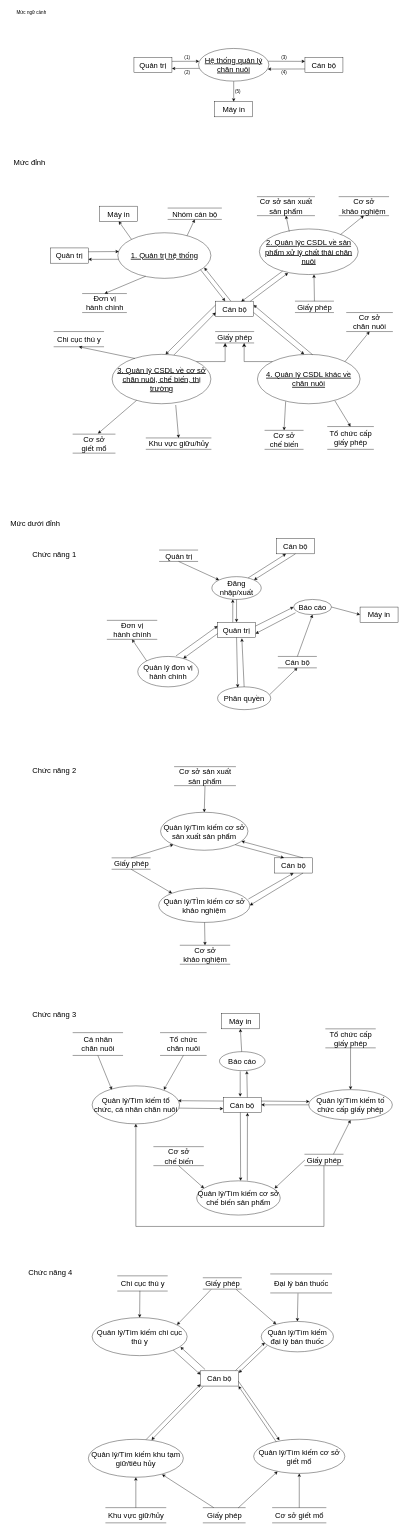
This is Data Flow Diagram.drawio from ngkhnghia/ktpmud, a draw.io file, before an edit. Source tidied: cells renumbered, new cells numbered last; positions are measured from the earlier drawing's top-left corner, leaving out a move shared by most shapes. Both pictures are drawn from the tidied source at 38%, with x=0, y=0 at pixel (6, 6).
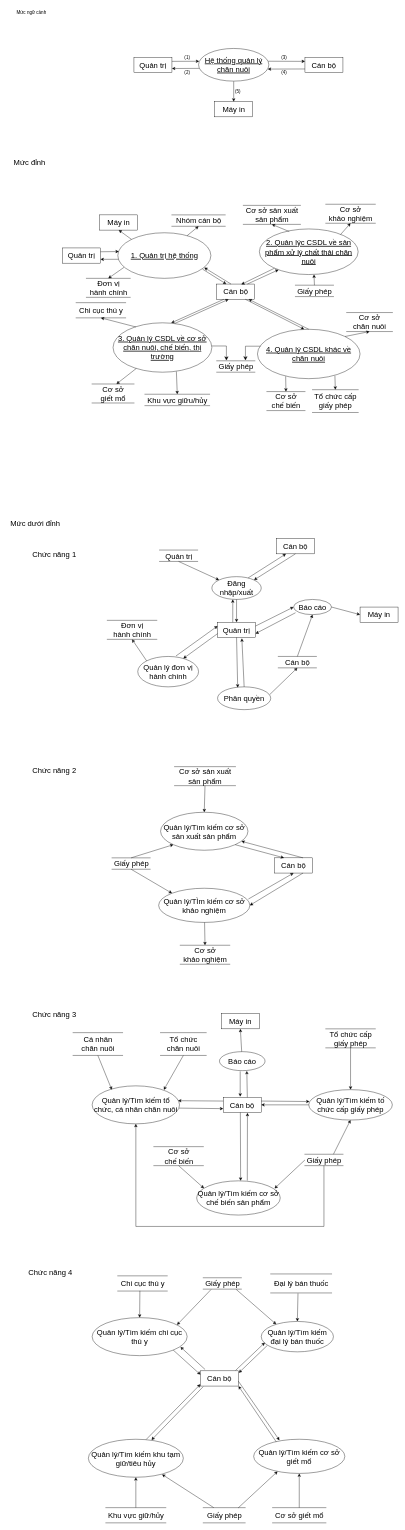
The same page after the edit.

Unchanged cells that the change refers to:
```xml
<mxCell id="14" value="2. Quản lýc CSDL về sản phẩm xử lý chất thải chăn nuôi" style="ellipse;whiteSpace=wrap;html=1;align=center;fontStyle=4;fontSize=20;" parent="1" vertex="1">
  <mxGeometry x="665" y="585" width="260" height="120" as="geometry" />
</mxCell>
<mxCell id="15" value="1. Quản trị hệ thống" style="ellipse;whiteSpace=wrap;html=1;align=center;fontStyle=4;fontSize=20;" parent="1" vertex="1">
  <mxGeometry x="292.5" y="595" width="245" height="120" as="geometry" />
</mxCell>
```

Change to the diagram source:
```diff
@@
     <mxCell id="13" value="4. Quản lý CSDL khác về chăn nuôi" style="ellipse;whiteSpace=wrap;html=1;align=center;fontStyle=4;fontSize=20;" parent="1" vertex="1">
-      <mxGeometry x="660" y="915" width="270" height="130" as="geometry" />
+      <mxGeometry x="660" y="849" width="270" height="130" as="geometry" />
     </mxCell>
@@
     <mxCell id="16" value="3. Quản lý CSDL về cơ sở chăn nuôi, chế biến, thị trường" style="ellipse;whiteSpace=wrap;html=1;align=center;fontStyle=4;fontSize=20;" parent="1" vertex="1">
-      <mxGeometry x="277.5" y="915" width="260" height="130" as="geometry" />
+      <mxGeometry x="280" y="832" width="260" height="130" as="geometry" />
     </mxCell>
     <mxCell id="17" value="Quản trị" style="whiteSpace=wrap;html=1;align=center;fontSize=20;" parent="1" vertex="1">
-      <mxGeometry x="115" y="635" width="100" height="40" as="geometry" />
+      <mxGeometry x="147" y="635" width="100" height="40" as="geometry" />
     </mxCell>
     <mxCell id="18" value="Cán bộ" style="whiteSpace=wrap;html=1;align=center;fontSize=20;" parent="1" vertex="1">
-      <mxGeometry x="550" y="775" width="100" height="40" as="geometry" />
+      <mxGeometry x="553" y="730" width="100" height="40" as="geometry" />
     </mxCell>
     <mxCell id="19" value="Máy in" style="whiteSpace=wrap;html=1;align=center;fontSize=20;" parent="1" vertex="1">
-      <mxGeometry x="245" y="525" width="100" height="40" as="geometry" />
+      <mxGeometry x="245" y="548" width="100" height="40" as="geometry" />
     </mxCell>
     <mxCell id="20" value="Đơn vị&lt;br&gt;hành chính" style="html=1;dashed=0;whitespace=wrap;shape=partialRectangle;right=0;left=0;fontSize=20;" parent="1" vertex="1">
-      <mxGeometry x="200" y="755" width="115" height="50" as="geometry" />
+      <mxGeometry x="210" y="715" width="115" height="50" as="geometry" />
     </mxCell>
     <mxCell id="21" value="Nhóm cán bộ" style="html=1;dashed=0;whitespace=wrap;shape=partialRectangle;right=0;left=0;fontSize=20;" parent="1" vertex="1">
-      <mxGeometry x="425" y="530" width="140" height="30" as="geometry" />
+      <mxGeometry x="435" y="548" width="140" height="30" as="geometry" />
     </mxCell>
     <mxCell id="22" value="Cơ sở sản xuất &lt;br&gt;sản phẩm" style="html=1;dashed=0;whitespace=wrap;shape=partialRectangle;right=0;left=0;fontSize=20;" parent="1" vertex="1">
-      <mxGeometry x="660" y="500" width="150" height="50" as="geometry" />
+      <mxGeometry x="623" y="523" width="150" height="50" as="geometry" />
     </mxCell>
     <mxCell id="23" value="Cơ sở&lt;br&gt;khảo nghiệm" style="html=1;dashed=0;whitespace=wrap;shape=partialRectangle;right=0;left=0;fontSize=20;" parent="1" vertex="1">
-      <mxGeometry x="875" y="500" width="130" height="50" as="geometry" />
+      <mxGeometry x="840" y="520" width="130" height="50" as="geometry" />
     </mxCell>
     <mxCell id="24" value="Giấy phép" style="html=1;dashed=0;whitespace=wrap;shape=partialRectangle;right=0;left=0;fontSize=20;" parent="1" vertex="1">
-      <mxGeometry x="550" y="855" width="100" height="30" as="geometry" />
+      <mxGeometry x="553" y="932" width="100" height="30" as="geometry" />
     </mxCell>
     <mxCell id="25" value="Cơ sở&lt;br&gt;chế biến" style="html=1;dashed=0;whitespace=wrap;shape=partialRectangle;right=0;left=0;fontSize=20;" parent="1" vertex="1">
-      <mxGeometry x="680" y="1115" width="100" height="50" as="geometry" />
+      <mxGeometry x="685" y="1013" width="100" height="50" as="geometry" />
     </mxCell>
     <mxCell id="26" value="Tổ chức cấp&lt;br&gt;giấy phép" style="html=1;dashed=0;whitespace=wrap;shape=partialRectangle;right=0;left=0;fontSize=20;" parent="1" vertex="1">
-      <mxGeometry x="845" y="1105" width="120" height="60" as="geometry" />
+      <mxGeometry x="805" y="1008" width="120" height="60" as="geometry" />
     </mxCell>
@@
     <mxCell id="28" value="Cơ sở&lt;br&gt;giết mổ" style="html=1;dashed=0;whitespace=wrap;shape=partialRectangle;right=0;left=0;fontSize=20;" parent="1" vertex="1">
-      <mxGeometry x="175" y="1125" width="110" height="50" as="geometry" />
+      <mxGeometry x="225" y="993" width="110" height="50" as="geometry" />
     </mxCell>
     <mxCell id="29" value="Chi cục thú y" style="html=1;dashed=0;whitespace=wrap;shape=partialRectangle;right=0;left=0;fontSize=20;" parent="1" vertex="1">
-      <mxGeometry x="125" y="855" width="130" height="40" as="geometry" />
+      <mxGeometry x="183" y="779" width="130" height="40" as="geometry" />
     </mxCell>
     <mxCell id="30" value="Khu vực giữu/hủy" style="html=1;dashed=0;whitespace=wrap;shape=partialRectangle;right=0;left=0;fontSize=20;" parent="1" vertex="1">
-      <mxGeometry x="367.5" y="1135" width="170" height="30" as="geometry" />
+      <mxGeometry x="364" y="1020" width="170" height="30" as="geometry" />
     </mxCell>
@@
-    <mxCell id="35" style="endArrow=classic;html=1;rounded=0;fontSize=20;exitX=0.299;exitY=0.954;exitDx=0;exitDy=0;exitPerimeter=0;entryX=0.5;entryY=0;entryDx=0;entryDy=0;" parent="1" edge="1" source="15" target="20">
+    <mxCell id="35" style="endArrow=classic;html=1;rounded=0;fontSize=20;exitX=0.067;exitY=0.758;exitDx=0;exitDy=0;exitPerimeter=0;entryX=0.5;entryY=0;entryDx=0;entryDy=0;" parent="1" edge="1" source="15" target="20">
       <mxGeometry relative="1" as="geometry" />
     </mxCell>
-    <mxCell id="36" style="endArrow=classic;html=1;rounded=0;fontSize=20;entryX=0.25;entryY=0;entryDx=0;entryDy=0;exitX=0.888;exitY=0.81;exitDx=0;exitDy=0;exitPerimeter=0;" parent="1" edge="1" source="15" target="18">
+    <mxCell id="36" style="endArrow=classic;html=1;rounded=0;fontSize=20;entryX=0.25;entryY=0;entryDx=0;entryDy=0;exitX=0.91;exitY=0.798;exitDx=0;exitDy=0;exitPerimeter=0;" parent="1" edge="1" source="15" target="18">
       <mxGeometry relative="1" as="geometry" />
     </mxCell>
-    <mxCell id="37" style="endArrow=classic;html=1;rounded=0;fontSize=20;exitX=0.25;exitY=0;exitDx=0;exitDy=0;entryX=0.929;entryY=0.765;entryDx=0;entryDy=0;entryPerimeter=0;" parent="1" edge="1" target="15">
-      <mxGeometry relative="1" as="geometry">
-        <mxPoint x="590" y="775" as="sourcePoint" />
-      </mxGeometry>
+    <mxCell id="37" style="endArrow=classic;html=1;rounded=0;fontSize=20;entryX=0.929;entryY=0.765;entryDx=0;entryDy=0;entryPerimeter=0;exitX=0.375;exitY=0;exitDx=0;exitDy=0;exitPerimeter=0;" parent="1" edge="1" source="18" target="15">
+      <mxGeometry relative="1" as="geometry" />
     </mxCell>
-    <mxCell id="38" style="endArrow=classic;html=1;rounded=0;fontSize=20;entryX=0.541;entryY=0;entryDx=0;entryDy=0;entryPerimeter=0;exitX=0;exitY=0.25;exitDx=0;exitDy=0;" parent="1" edge="1" source="18" target="16">
+    <mxCell id="38" style="endArrow=classic;html=1;rounded=0;fontSize=20;entryX=0.589;entryY=0.002;entryDx=0;entryDy=0;entryPerimeter=0;exitX=0.186;exitY=1.003;exitDx=0;exitDy=0;exitPerimeter=0;" parent="1" edge="1" source="18" target="16">
       <mxGeometry relative="1" as="geometry" />
     </mxCell>
-    <mxCell id="39" style="endArrow=classic;html=1;rounded=0;fontSize=20;entryX=0.675;entryY=0.029;entryDx=0;entryDy=0;entryPerimeter=0;" parent="1" edge="1" source="14" target="18">
+    <mxCell id="39" style="endArrow=classic;html=1;rounded=0;fontSize=20;entryX=0.646;entryY=0.022;entryDx=0;entryDy=0;entryPerimeter=0;" parent="1" edge="1" source="14" target="18">
       <mxGeometry relative="1" as="geometry" />
     </mxCell>
-    <mxCell id="40" style="endArrow=classic;html=1;rounded=0;fontSize=20;entryX=0.291;entryY=0.966;entryDx=0;entryDy=0;entryPerimeter=0;exitX=0.91;exitY=0.009;exitDx=0;exitDy=0;exitPerimeter=0;" parent="1" edge="1" source="18" target="14">
+    <mxCell id="40" style="endArrow=classic;html=1;rounded=0;fontSize=20;entryX=0.194;entryY=0.895;entryDx=0;entryDy=0;entryPerimeter=0;exitX=0.805;exitY=0;exitDx=0;exitDy=0;exitPerimeter=0;" parent="1" edge="1" source="18" target="14">
       <mxGeometry relative="1" as="geometry" />
     </mxCell>
-    <mxCell id="41" style="endArrow=classic;html=1;rounded=0;fontSize=20;exitX=0.626;exitY=0.012;exitDx=0;exitDy=0;exitPerimeter=0;entryX=0;entryY=0.75;entryDx=0;entryDy=0;" parent="1" edge="1" source="16" target="18">
+    <mxCell id="41" style="endArrow=classic;html=1;rounded=0;fontSize=20;exitX=0.626;exitY=0.012;exitDx=0;exitDy=0;exitPerimeter=0;entryX=0.311;entryY=1.002;entryDx=0;entryDy=0;entryPerimeter=0;" parent="1" edge="1" source="16" target="18">
       <mxGeometry relative="1" as="geometry" />
     </mxCell>
-    <mxCell id="42" style="endArrow=classic;html=1;rounded=0;fontSize=20;entryX=1;entryY=0.25;entryDx=0;entryDy=0;exitX=0.537;exitY=0.006;exitDx=0;exitDy=0;exitPerimeter=0;" parent="1" edge="1" source="13" target="18">
+    <mxCell id="42" style="endArrow=classic;html=1;rounded=0;fontSize=20;entryX=0.839;entryY=0.997;entryDx=0;entryDy=0;exitX=0.5;exitY=0;exitDx=0;exitDy=0;entryPerimeter=0;" parent="1" edge="1" source="13" target="18">
       <mxGeometry relative="1" as="geometry" />
     </mxCell>
-    <mxCell id="43" style="endArrow=classic;html=1;rounded=0;fontSize=20;entryX=0.455;entryY=0;entryDx=0;entryDy=0;entryPerimeter=0;exitX=1;exitY=0.75;exitDx=0;exitDy=0;" parent="1" edge="1" source="18" target="13">
+    <mxCell id="43" style="endArrow=classic;html=1;rounded=0;fontSize=20;entryX=0.455;entryY=0;entryDx=0;entryDy=0;entryPerimeter=0;exitX=0.75;exitY=1;exitDx=0;exitDy=0;" parent="1" edge="1" source="18" target="13">
       <mxGeometry relative="1" as="geometry" />
     </mxCell>
@@
-    <mxCell id="47" style="endArrow=classic;html=1;rounded=0;fontSize=20;entryX=0.5;entryY=0;entryDx=0;entryDy=0;exitX=0.644;exitY=1.025;exitDx=0;exitDy=0;exitPerimeter=0;" parent="1" edge="1" source="16" target="30">
+    <mxCell id="47" style="endArrow=classic;html=1;rounded=0;fontSize=20;entryX=0.5;entryY=0;entryDx=0;entryDy=0;exitX=0.641;exitY=0.986;exitDx=0;exitDy=0;exitPerimeter=0;" parent="1" edge="1" source="16" target="30">
       <mxGeometry relative="1" as="geometry" />
     </mxCell>
-    <mxCell id="48" style="endArrow=classic;html=1;rounded=0;fontSize=20;entryX=0.593;entryY=-0.028;entryDx=0;entryDy=0;entryPerimeter=0;" parent="1" edge="1" source="16" target="28">
+    <mxCell id="48" style="endArrow=classic;html=1;rounded=0;fontSize=20;entryX=0.582;entryY=0;entryDx=0;entryDy=0;entryPerimeter=0;" parent="1" edge="1" source="16" target="28">
       <mxGeometry relative="1" as="geometry" />
     </mxCell>
@@
-    <mxCell id="52" style="edgeStyle=segmentEdgeStyle;endArrow=classic;html=1;curved=0;rounded=0;endSize=8;startSize=8;fontSize=20;exitX=1;exitY=0;exitDx=0;exitDy=0;entryX=0.25;entryY=1;entryDx=0;entryDy=0;" parent="1" edge="1" source="16" target="24">
+    <mxCell id="52" style="edgeStyle=segmentEdgeStyle;endArrow=classic;html=1;curved=0;rounded=0;endSize=8;startSize=8;fontSize=20;exitX=1;exitY=0.469;exitDx=0;exitDy=0;entryX=0.253;entryY=-0.028;entryDx=0;entryDy=0;entryPerimeter=0;exitPerimeter=0;" parent="1" edge="1" source="16" target="24">
       <mxGeometry relative="1" as="geometry" />
     </mxCell>
-    <mxCell id="53" style="edgeStyle=segmentEdgeStyle;endArrow=classic;html=1;curved=0;rounded=0;endSize=8;startSize=8;fontSize=20;entryX=0.75;entryY=1;entryDx=0;entryDy=0;exitX=0;exitY=0;exitDx=0;exitDy=0;" parent="1" edge="1" source="13" target="24">
+    <mxCell id="53" style="edgeStyle=segmentEdgeStyle;endArrow=classic;html=1;curved=0;rounded=0;endSize=8;startSize=8;fontSize=20;entryX=0.754;entryY=-0.037;entryDx=0;entryDy=0;entryPerimeter=0;exitX=0.029;exitY=0.343;exitDx=0;exitDy=0;exitPerimeter=0;" parent="1" edge="1" source="13" target="24">
       <mxGeometry relative="1" as="geometry" />
     </mxCell>
@@
     <mxCell id="152" value="Giấy phép" style="html=1;dashed=0;whitespace=wrap;shape=partialRectangle;right=0;left=0;fontSize=20;" parent="1" vertex="1">
-      <mxGeometry x="760" y="775" width="100" height="30" as="geometry" />
+      <mxGeometry x="760" y="733" width="100" height="30" as="geometry" />
     </mxCell>
```
